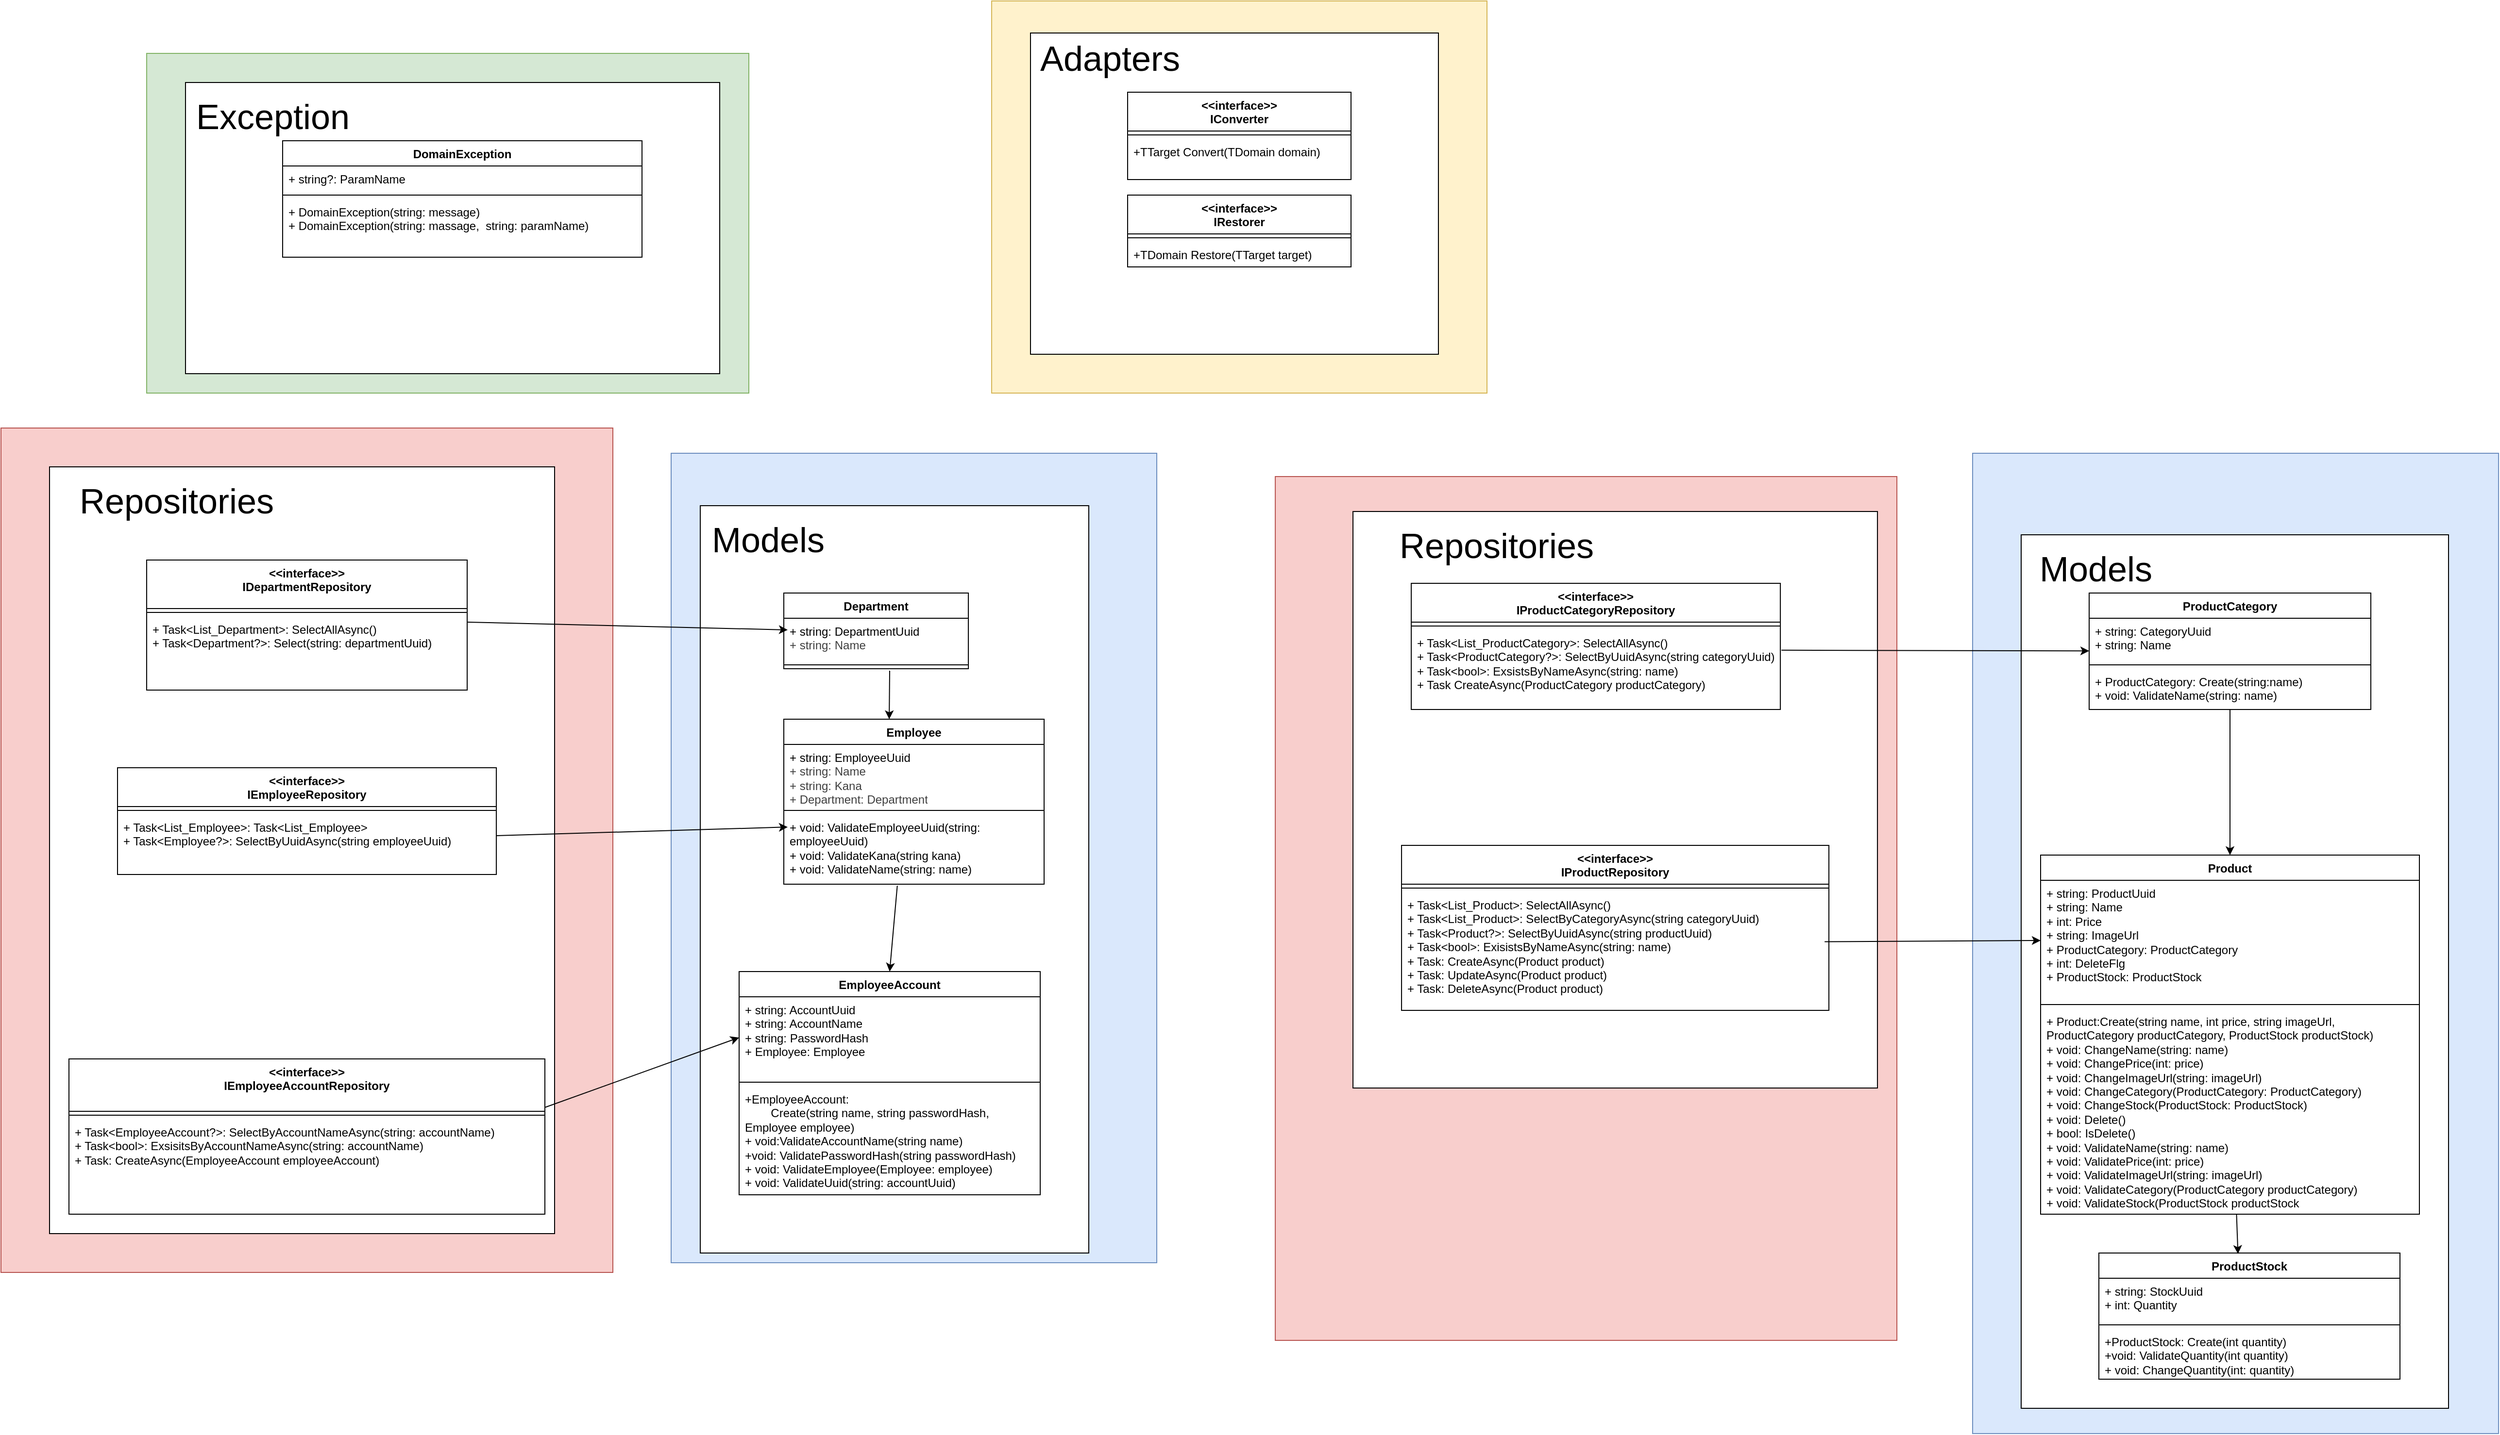
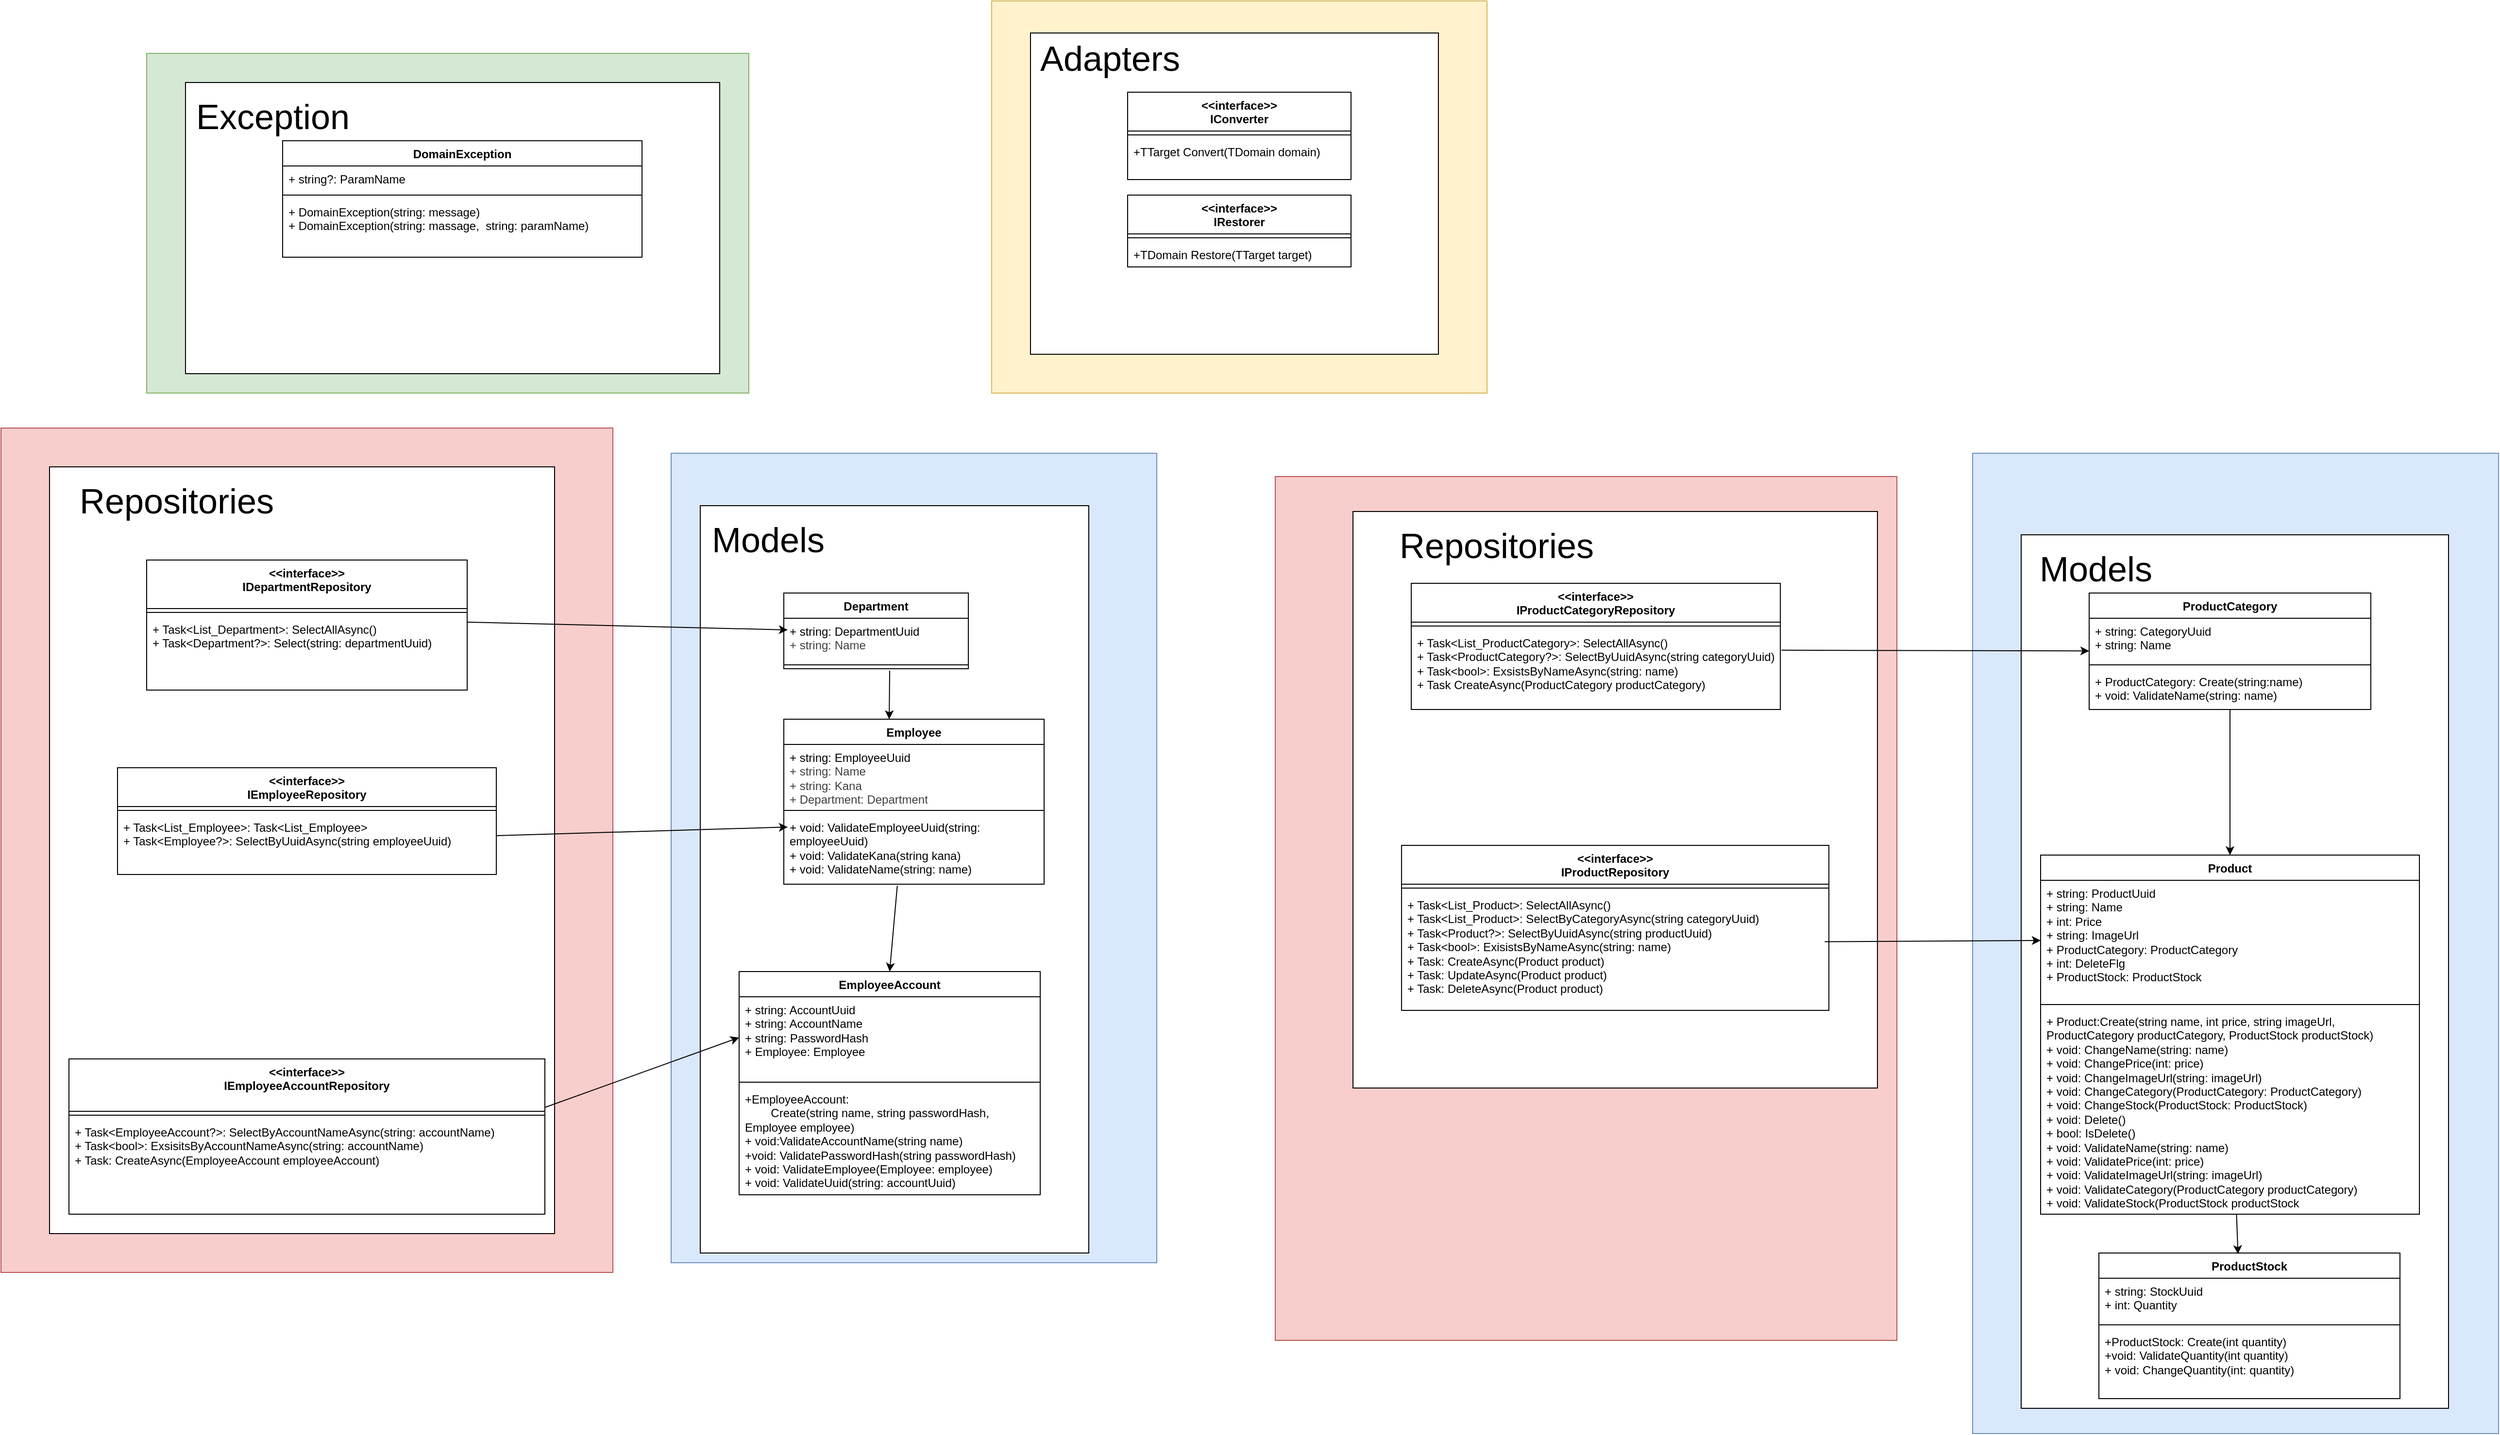
<mxfile host="65bd71144e">
    <diagram id="KKfMD3SemsG6aV6jb4rE" name="ページ1">
-         <mxGraphModel dx="4239" dy="2217" grid="1" gridSize="10" guides="1" tooltips="1" connect="1" arrows="1" fold="1" page="1" pageScale="1" pageWidth="827" pageHeight="1169" math="0" shadow="0">
+         <mxGraphModel dx="2901" dy="1791" grid="1" gridSize="10" guides="1" tooltips="1" connect="1" arrows="1" fold="1" page="1" pageScale="1" pageWidth="827" pageHeight="1169" math="0" shadow="0">
            <root>
                <mxCell id="0"/>
                <mxCell id="1" parent="0"/>
                <mxCell id="99" value="" style="rounded=0;whiteSpace=wrap;html=1;fillColor=#d5e8d4;strokeColor=#82b366;" parent="1" vertex="1">
                    <mxGeometry x="-1460" y="-826" width="620" height="350" as="geometry"/>
                </mxCell>
                <mxCell id="97" value="" style="rounded=0;whiteSpace=wrap;html=1;" parent="1" vertex="1">
                    <mxGeometry x="-1420" y="-796" width="550" height="300" as="geometry"/>
                </mxCell>
                <mxCell id="88" value="" style="rounded=0;whiteSpace=wrap;html=1;fillColor=#dae8fc;strokeColor=#6c8ebf;" parent="1" vertex="1">
                    <mxGeometry x="420" y="-414" width="541.5" height="1010" as="geometry"/>
                </mxCell>
                <mxCell id="87" value="" style="rounded=0;whiteSpace=wrap;html=1;" parent="1" vertex="1">
                    <mxGeometry x="470" y="-330" width="440" height="900" as="geometry"/>
                </mxCell>
                <mxCell id="85" value="" style="rounded=0;whiteSpace=wrap;html=1;fillColor=#dae8fc;strokeColor=#6c8ebf;" parent="1" vertex="1">
                    <mxGeometry x="-920" y="-414" width="500" height="834" as="geometry"/>
                </mxCell>
                <mxCell id="84" value="" style="rounded=0;whiteSpace=wrap;html=1;" parent="1" vertex="1">
                    <mxGeometry x="-890" y="-360" width="400" height="770" as="geometry"/>
                </mxCell>
                <mxCell id="82" value="" style="rounded=0;whiteSpace=wrap;html=1;fillColor=#f8cecc;strokeColor=#b85450;" parent="1" vertex="1">
                    <mxGeometry x="-297.97" y="-390" width="640" height="890" as="geometry"/>
                </mxCell>
                <mxCell id="80" value="" style="rounded=0;whiteSpace=wrap;html=1;" parent="1" vertex="1">
                    <mxGeometry x="-217.97" y="-354" width="540" height="594" as="geometry"/>
                </mxCell>
                <mxCell id="78" value="" style="rounded=0;whiteSpace=wrap;html=1;fillColor=#f8cecc;strokeColor=#b85450;" parent="1" vertex="1">
                    <mxGeometry x="-1610" y="-440" width="630" height="870" as="geometry"/>
                </mxCell>
                <mxCell id="77" value="" style="rounded=0;whiteSpace=wrap;html=1;" parent="1" vertex="1">
                    <mxGeometry x="-1560" y="-400" width="520" height="790" as="geometry"/>
                </mxCell>
                <mxCell id="76" value="" style="rounded=0;whiteSpace=wrap;html=1;fillColor=#fff2cc;strokeColor=#d6b656;" parent="1" vertex="1">
                    <mxGeometry x="-590" y="-880" width="510" height="404" as="geometry"/>
                </mxCell>
                <mxCell id="74" value="" style="rounded=0;whiteSpace=wrap;html=1;" parent="1" vertex="1">
                    <mxGeometry x="-550" y="-847" width="420" height="331" as="geometry"/>
                </mxCell>
                <mxCell id="10" value="EmployeeAccount" style="swimlane;fontStyle=1;align=center;verticalAlign=top;childLayout=stackLayout;horizontal=1;startSize=26;horizontalStack=0;resizeParent=1;resizeParentMax=0;resizeLast=0;collapsible=1;marginBottom=0;whiteSpace=wrap;html=1;" parent="1" vertex="1">
                    <mxGeometry x="-850" y="120" width="310" height="230" as="geometry"/>
                </mxCell>
                <mxCell id="11" value="+ string: AccountUuid&lt;div&gt;+ string: AccountName&lt;/div&gt;&lt;div&gt;+ string: PasswordHash&lt;/div&gt;&lt;div&gt;+ Employee: Employee&lt;/div&gt;" style="text;strokeColor=none;fillColor=none;align=left;verticalAlign=top;spacingLeft=4;spacingRight=4;overflow=hidden;rotatable=0;points=[[0,0.5],[1,0.5]];portConstraint=eastwest;whiteSpace=wrap;html=1;" parent="10" vertex="1">
                    <mxGeometry y="26" width="310" height="84" as="geometry"/>
                </mxCell>
                <mxCell id="12" value="" style="line;strokeWidth=1;fillColor=none;align=left;verticalAlign=middle;spacingTop=-1;spacingLeft=3;spacingRight=3;rotatable=0;labelPosition=right;points=[];portConstraint=eastwest;strokeColor=inherit;" parent="10" vertex="1">
                    <mxGeometry y="110" width="310" height="8" as="geometry"/>
                </mxCell>
                <mxCell id="13" value="&lt;div&gt;+EmployeeAccount:&amp;nbsp; &lt;br&gt;&lt;span style=&quot;white-space: pre;&quot;&gt;&#x9;&lt;/span&gt;Create(string name, string passwordHash, Employee employee)&lt;/div&gt;&lt;div&gt;+ void:ValidateAccountName(string name)&lt;/div&gt;&lt;div&gt;+void: ValidatePasswordHash(string passwordHash)&lt;/div&gt;&lt;div&gt;+ void: ValidateEmployee(Employee: employee)&lt;/div&gt;&lt;div&gt;+ void: ValidateUuid(string: accountUuid)&lt;/div&gt;" style="text;strokeColor=none;fillColor=none;align=left;verticalAlign=top;spacingLeft=4;spacingRight=4;overflow=hidden;rotatable=0;points=[[0,0.5],[1,0.5]];portConstraint=eastwest;whiteSpace=wrap;html=1;" parent="10" vertex="1">
                    <mxGeometry y="118" width="310" height="112" as="geometry"/>
                </mxCell>
                <mxCell id="14" value="ProductCategory" style="swimlane;fontStyle=1;align=center;verticalAlign=top;childLayout=stackLayout;horizontal=1;startSize=26;horizontalStack=0;resizeParent=1;resizeParentMax=0;resizeLast=0;collapsible=1;marginBottom=0;whiteSpace=wrap;html=1;" parent="1" vertex="1">
                    <mxGeometry x="540" y="-270" width="290" height="120" as="geometry"/>
                </mxCell>
                <mxCell id="15" value="+ string: CategoryUuid&lt;div&gt;+ string: Name&lt;/div&gt;" style="text;strokeColor=none;fillColor=none;align=left;verticalAlign=top;spacingLeft=4;spacingRight=4;overflow=hidden;rotatable=0;points=[[0,0.5],[1,0.5]];portConstraint=eastwest;whiteSpace=wrap;html=1;" parent="14" vertex="1">
                    <mxGeometry y="26" width="290" height="44" as="geometry"/>
                </mxCell>
                <mxCell id="16" value="" style="line;strokeWidth=1;fillColor=none;align=left;verticalAlign=middle;spacingTop=-1;spacingLeft=3;spacingRight=3;rotatable=0;labelPosition=right;points=[];portConstraint=eastwest;strokeColor=inherit;" parent="14" vertex="1">
                    <mxGeometry y="70" width="290" height="8" as="geometry"/>
                </mxCell>
                <mxCell id="17" value="&lt;div&gt;+ ProductCategory: Create(string:name)&lt;/div&gt;+ void: ValidateName(string: name)" style="text;strokeColor=none;fillColor=none;align=left;verticalAlign=top;spacingLeft=4;spacingRight=4;overflow=hidden;rotatable=0;points=[[0,0.5],[1,0.5]];portConstraint=eastwest;whiteSpace=wrap;html=1;" parent="14" vertex="1">
                    <mxGeometry y="78" width="290" height="42" as="geometry"/>
                </mxCell>
                <mxCell id="18" value="Product" style="swimlane;fontStyle=1;align=center;verticalAlign=top;childLayout=stackLayout;horizontal=1;startSize=26;horizontalStack=0;resizeParent=1;resizeParentMax=0;resizeLast=0;collapsible=1;marginBottom=0;whiteSpace=wrap;html=1;" parent="1" vertex="1">
                    <mxGeometry x="490" width="390" height="370" as="geometry"/>
                </mxCell>
                <mxCell id="19" value="+ string: ProductUuid&lt;div&gt;+ string: Name&lt;/div&gt;&lt;div&gt;+ int: Price&lt;/div&gt;&lt;div&gt;+ string: ImageUrl&lt;/div&gt;&lt;div&gt;+ ProductCategory: ProductCategory&lt;/div&gt;&lt;div&gt;+ int: DeleteFlg&lt;/div&gt;&lt;div&gt;+ ProductStock: ProductStock&lt;/div&gt;" style="text;strokeColor=none;fillColor=none;align=left;verticalAlign=top;spacingLeft=4;spacingRight=4;overflow=hidden;rotatable=0;points=[[0,0.5],[1,0.5]];portConstraint=eastwest;whiteSpace=wrap;html=1;" parent="18" vertex="1">
                    <mxGeometry y="26" width="390" height="124" as="geometry"/>
                </mxCell>
                <mxCell id="20" value="" style="line;strokeWidth=1;fillColor=none;align=left;verticalAlign=middle;spacingTop=-1;spacingLeft=3;spacingRight=3;rotatable=0;labelPosition=right;points=[];portConstraint=eastwest;strokeColor=inherit;" parent="18" vertex="1">
                    <mxGeometry y="150" width="390" height="8" as="geometry"/>
                </mxCell>
                <mxCell id="21" value="&lt;div&gt;+ Product:Create(string name, int price, string imageUrl, ProductCategory productCategory, ProductStock productStock)&lt;/div&gt;+ void: ChangeName(string: name)&lt;div&gt;+ void: ChangePrice(int: price)&lt;/div&gt;&lt;div&gt;+ void: ChangeImageUrl(string: imageUrl)&lt;/div&gt;&lt;div&gt;+ void: ChangeCategory(ProductCategory: ProductCategory)&lt;/div&gt;&lt;div&gt;+ void: ChangeStock(ProductStock: ProductStock)&lt;/div&gt;&lt;div&gt;+ void: Delete()&lt;/div&gt;&lt;div&gt;+ bool: IsDelete()&amp;nbsp;&lt;/div&gt;&lt;div&gt;+ void: ValidateName(string: name)&lt;/div&gt;&lt;div&gt;+ void: ValidatePrice(int: price)&lt;/div&gt;&lt;div&gt;+ void: ValidateImageUrl(string: imageUrl)&lt;/div&gt;&lt;div&gt;+ void: ValidateCategory(ProductCategory productCategory)&lt;/div&gt;&lt;div&gt;+ void: ValidateStock(ProductStock productStock&lt;/div&gt;" style="text;strokeColor=none;fillColor=none;align=left;verticalAlign=top;spacingLeft=4;spacingRight=4;overflow=hidden;rotatable=0;points=[[0,0.5],[1,0.5]];portConstraint=eastwest;whiteSpace=wrap;html=1;" parent="18" vertex="1">
                    <mxGeometry y="158" width="390" height="212" as="geometry"/>
                </mxCell>
                <mxCell id="22" value="ProductStock" style="swimlane;fontStyle=1;align=center;verticalAlign=top;childLayout=stackLayout;horizontal=1;startSize=26;horizontalStack=0;resizeParent=1;resizeParentMax=0;resizeLast=0;collapsible=1;marginBottom=0;whiteSpace=wrap;html=1;" parent="1" vertex="1">
-                     <mxGeometry x="550" y="410" width="310" height="130" as="geometry"/>
+                     <mxGeometry x="550" y="410" width="310" height="150" as="geometry"/>
                </mxCell>
                <mxCell id="23" value="+ string: StockUuid&lt;div&gt;+ int: Quantity&lt;/div&gt;" style="text;strokeColor=none;fillColor=none;align=left;verticalAlign=top;spacingLeft=4;spacingRight=4;overflow=hidden;rotatable=0;points=[[0,0.5],[1,0.5]];portConstraint=eastwest;whiteSpace=wrap;html=1;" parent="22" vertex="1">
                    <mxGeometry y="26" width="310" height="44" as="geometry"/>
                </mxCell>
                <mxCell id="24" value="" style="line;strokeWidth=1;fillColor=none;align=left;verticalAlign=middle;spacingTop=-1;spacingLeft=3;spacingRight=3;rotatable=0;labelPosition=right;points=[];portConstraint=eastwest;strokeColor=inherit;" parent="22" vertex="1">
                    <mxGeometry y="70" width="310" height="8" as="geometry"/>
                </mxCell>
                <mxCell id="25" value="&lt;div&gt;+ProductStock: Create(int quantity)&lt;/div&gt;&lt;div&gt;+void: ValidateQuantity(int quantity)&lt;/div&gt;+ void: ChangeQuantity(int: quantity)&lt;div&gt;&lt;br&gt;&lt;/div&gt;" style="text;strokeColor=none;fillColor=none;align=left;verticalAlign=top;spacingLeft=4;spacingRight=4;overflow=hidden;rotatable=0;points=[[0,0.5],[1,0.5]];portConstraint=eastwest;whiteSpace=wrap;html=1;" parent="22" vertex="1">
-                     <mxGeometry y="78" width="310" height="52" as="geometry"/>
+                     <mxGeometry y="78" width="310" height="72" as="geometry"/>
                </mxCell>
                <mxCell id="34" value="&amp;lt;&amp;lt;interface&amp;gt;&amp;gt;&lt;div&gt;IConverter&lt;/div&gt;" style="swimlane;fontStyle=1;align=center;verticalAlign=top;childLayout=stackLayout;horizontal=1;startSize=40;horizontalStack=0;resizeParent=1;resizeParentMax=0;resizeLast=0;collapsible=1;marginBottom=0;whiteSpace=wrap;html=1;" parent="1" vertex="1">
                    <mxGeometry x="-450" y="-786" width="230" height="90" as="geometry"/>
                </mxCell>
                <mxCell id="35" value="" style="line;strokeWidth=1;fillColor=none;align=left;verticalAlign=middle;spacingTop=-1;spacingLeft=3;spacingRight=3;rotatable=0;labelPosition=right;points=[];portConstraint=eastwest;strokeColor=inherit;" parent="34" vertex="1">
                    <mxGeometry y="40" width="230" height="8" as="geometry"/>
                </mxCell>
                <mxCell id="36" value="+TTarget Convert(TDomain domain)" style="text;strokeColor=none;fillColor=none;align=left;verticalAlign=top;spacingLeft=4;spacingRight=4;overflow=hidden;rotatable=0;points=[[0,0.5],[1,0.5]];portConstraint=eastwest;whiteSpace=wrap;html=1;" parent="34" vertex="1">
                    <mxGeometry y="48" width="230" height="42" as="geometry"/>
                </mxCell>
                <mxCell id="37" value="&amp;lt;&amp;lt;interface&amp;gt;&amp;gt;&lt;div&gt;IRestorer&lt;/div&gt;" style="swimlane;fontStyle=1;align=center;verticalAlign=top;childLayout=stackLayout;horizontal=1;startSize=40;horizontalStack=0;resizeParent=1;resizeParentMax=0;resizeLast=0;collapsible=1;marginBottom=0;whiteSpace=wrap;html=1;" parent="1" vertex="1">
                    <mxGeometry x="-450" y="-680" width="230" height="74" as="geometry"/>
                </mxCell>
                <mxCell id="38" value="" style="line;strokeWidth=1;fillColor=none;align=left;verticalAlign=middle;spacingTop=-1;spacingLeft=3;spacingRight=3;rotatable=0;labelPosition=right;points=[];portConstraint=eastwest;strokeColor=inherit;" parent="37" vertex="1">
                    <mxGeometry y="40" width="230" height="8" as="geometry"/>
                </mxCell>
                <mxCell id="39" value="+TDomain Restore(TTarget target)" style="text;strokeColor=none;fillColor=none;align=left;verticalAlign=top;spacingLeft=4;spacingRight=4;overflow=hidden;rotatable=0;points=[[0,0.5],[1,0.5]];portConstraint=eastwest;whiteSpace=wrap;html=1;" parent="37" vertex="1">
                    <mxGeometry y="48" width="230" height="26" as="geometry"/>
                </mxCell>
                <mxCell id="40" value="&amp;lt;&amp;lt;interface&amp;gt;&amp;gt;&lt;br&gt;IDepartmentRepository" style="swimlane;fontStyle=1;align=center;verticalAlign=top;childLayout=stackLayout;horizontal=1;startSize=50;horizontalStack=0;resizeParent=1;resizeParentMax=0;resizeLast=0;collapsible=1;marginBottom=0;whiteSpace=wrap;html=1;" parent="1" vertex="1">
                    <mxGeometry x="-1460" y="-304" width="330" height="134" as="geometry"/>
                </mxCell>
                <mxCell id="42" value="" style="line;strokeWidth=1;fillColor=none;align=left;verticalAlign=middle;spacingTop=-1;spacingLeft=3;spacingRight=3;rotatable=0;labelPosition=right;points=[];portConstraint=eastwest;strokeColor=inherit;" parent="40" vertex="1">
                    <mxGeometry y="50" width="330" height="8" as="geometry"/>
                </mxCell>
                <mxCell id="43" value="+ Task&amp;lt;List_Department&amp;gt;: SelectAllAsync()&lt;div&gt;+ Task&amp;lt;Department?&amp;gt;: Select(string: departmentUuid)&lt;/div&gt;" style="text;strokeColor=none;fillColor=none;align=left;verticalAlign=top;spacingLeft=4;spacingRight=4;overflow=hidden;rotatable=0;points=[[0,0.5],[1,0.5]];portConstraint=eastwest;whiteSpace=wrap;html=1;" parent="40" vertex="1">
                    <mxGeometry y="58" width="330" height="76" as="geometry"/>
                </mxCell>
                <mxCell id="45" value="&amp;lt;&amp;lt;interface&amp;gt;&amp;gt;&lt;br&gt;IEmployeeRepository" style="swimlane;fontStyle=1;align=center;verticalAlign=top;childLayout=stackLayout;horizontal=1;startSize=40;horizontalStack=0;resizeParent=1;resizeParentMax=0;resizeLast=0;collapsible=1;marginBottom=0;whiteSpace=wrap;html=1;" parent="1" vertex="1">
                    <mxGeometry x="-1490" y="-90" width="390" height="110" as="geometry"/>
                </mxCell>
                <mxCell id="47" value="" style="line;strokeWidth=1;fillColor=none;align=left;verticalAlign=middle;spacingTop=-1;spacingLeft=3;spacingRight=3;rotatable=0;labelPosition=right;points=[];portConstraint=eastwest;strokeColor=inherit;" parent="45" vertex="1">
                    <mxGeometry y="40" width="390" height="8" as="geometry"/>
                </mxCell>
                <mxCell id="48" value="&lt;span style=&quot;color: rgb(0, 0, 0);&quot;&gt;+ Task&amp;lt;List_Employee&amp;gt;: Task&amp;lt;List_Employee&amp;gt;&lt;br&gt;+ Task&amp;lt;Employee?&amp;gt;: SelectByUuidAsync(string employeeUuid)&lt;/span&gt;" style="text;strokeColor=none;fillColor=none;align=left;verticalAlign=top;spacingLeft=4;spacingRight=4;overflow=hidden;rotatable=0;points=[[0,0.5],[1,0.5]];portConstraint=eastwest;whiteSpace=wrap;html=1;" parent="45" vertex="1">
                    <mxGeometry y="48" width="390" height="62" as="geometry"/>
                </mxCell>
                <mxCell id="49" value="&amp;lt;&amp;lt;interface&amp;gt;&amp;gt;&lt;br&gt;IEmployeeAccountRepository" style="swimlane;fontStyle=1;align=center;verticalAlign=top;childLayout=stackLayout;horizontal=1;startSize=54;horizontalStack=0;resizeParent=1;resizeParentMax=0;resizeLast=0;collapsible=1;marginBottom=0;whiteSpace=wrap;html=1;" parent="1" vertex="1">
                    <mxGeometry x="-1540" y="210" width="490" height="160" as="geometry"/>
                </mxCell>
                <mxCell id="51" value="" style="line;strokeWidth=1;fillColor=none;align=left;verticalAlign=middle;spacingTop=-1;spacingLeft=3;spacingRight=3;rotatable=0;labelPosition=right;points=[];portConstraint=eastwest;strokeColor=inherit;" parent="49" vertex="1">
                    <mxGeometry y="54" width="490" height="8" as="geometry"/>
                </mxCell>
                <mxCell id="52" value="+ Task&amp;lt;EmployeeAccount?&amp;gt;: SelectByAccountNameAsync(string: accountName)&lt;div&gt;+ Task&amp;lt;bool&amp;gt;: ExsisitsByAccountNameAsync(string: accountName)&lt;/div&gt;&lt;div&gt;+ Task: CreateAsync(EmployeeAccount employeeAccount)&lt;/div&gt;" style="text;strokeColor=none;fillColor=none;align=left;verticalAlign=top;spacingLeft=4;spacingRight=4;overflow=hidden;rotatable=0;points=[[0,0.5],[1,0.5]];portConstraint=eastwest;whiteSpace=wrap;html=1;" parent="49" vertex="1">
                    <mxGeometry y="62" width="490" height="98" as="geometry"/>
                </mxCell>
                <mxCell id="53" value="&amp;lt;&amp;lt;interface&amp;gt;&amp;gt;&lt;br&gt;IProductCategoryRepository" style="swimlane;fontStyle=1;align=center;verticalAlign=top;childLayout=stackLayout;horizontal=1;startSize=40;horizontalStack=0;resizeParent=1;resizeParentMax=0;resizeLast=0;collapsible=1;marginBottom=0;whiteSpace=wrap;html=1;" parent="1" vertex="1">
                    <mxGeometry x="-157.97" y="-280" width="380" height="130" as="geometry"/>
                </mxCell>
                <mxCell id="55" value="" style="line;strokeWidth=1;fillColor=none;align=left;verticalAlign=middle;spacingTop=-1;spacingLeft=3;spacingRight=3;rotatable=0;labelPosition=right;points=[];portConstraint=eastwest;strokeColor=inherit;" parent="53" vertex="1">
                    <mxGeometry y="40" width="380" height="8" as="geometry"/>
                </mxCell>
                <mxCell id="56" value="+ Task&amp;lt;List_ProductCategory&amp;gt;: SelectAllAsync()&lt;div&gt;+ Task&amp;lt;ProductCategory?&amp;gt;: SelectByUuidAsync(string categoryUuid)&lt;/div&gt;&lt;div&gt;+ Task&amp;lt;bool&amp;gt;: ExsistsByNameAsync(string: name)&lt;/div&gt;&lt;div&gt;+ Task CreateAsync(ProductCategory productCategory)&lt;/div&gt;" style="text;strokeColor=none;fillColor=none;align=left;verticalAlign=top;spacingLeft=4;spacingRight=4;overflow=hidden;rotatable=0;points=[[0,0.5],[1,0.5]];portConstraint=eastwest;whiteSpace=wrap;html=1;" parent="53" vertex="1">
                    <mxGeometry y="48" width="380" height="82" as="geometry"/>
                </mxCell>
                <mxCell id="58" value="&amp;lt;&amp;lt;interface&amp;gt;&amp;gt;&lt;div&gt;IProductRepository&lt;/div&gt;" style="swimlane;fontStyle=1;align=center;verticalAlign=top;childLayout=stackLayout;horizontal=1;startSize=40;horizontalStack=0;resizeParent=1;resizeParentMax=0;resizeLast=0;collapsible=1;marginBottom=0;whiteSpace=wrap;html=1;" parent="1" vertex="1">
                    <mxGeometry x="-167.97" y="-10" width="440" height="170" as="geometry"/>
                </mxCell>
                <mxCell id="60" value="" style="line;strokeWidth=1;fillColor=none;align=left;verticalAlign=middle;spacingTop=-1;spacingLeft=3;spacingRight=3;rotatable=0;labelPosition=right;points=[];portConstraint=eastwest;strokeColor=inherit;" parent="58" vertex="1">
                    <mxGeometry y="40" width="440" height="8" as="geometry"/>
                </mxCell>
                <mxCell id="61" value="+ Task&amp;lt;List_Product&amp;gt;: SelectAllAsync()&lt;div&gt;+ Task&amp;lt;List_Product&amp;gt;: SelectByCategoryAsync(string categoryUuid)&lt;/div&gt;&lt;div&gt;+ Task&amp;lt;Product?&amp;gt;: SelectByUuidAsync(string productUuid)&lt;/div&gt;&lt;div&gt;+ Task&amp;lt;bool&amp;gt;: ExisistsByNameAsync(string: name)&lt;/div&gt;&lt;div&gt;+ Task: CreateAsync(Product product)&lt;/div&gt;&lt;div&gt;+ Task: UpdateAsync(Product product)&lt;/div&gt;&lt;div&gt;+ Task: DeleteAsync(Product product)&lt;/div&gt;" style="text;strokeColor=none;fillColor=none;align=left;verticalAlign=top;spacingLeft=4;spacingRight=4;overflow=hidden;rotatable=0;points=[[0,0.5],[1,0.5]];portConstraint=eastwest;whiteSpace=wrap;html=1;" parent="58" vertex="1">
                    <mxGeometry y="48" width="440" height="122" as="geometry"/>
                </mxCell>
                <mxCell id="65" value="" style="endArrow=classic;html=1;" parent="1" edge="1">
                    <mxGeometry width="50" height="50" relative="1" as="geometry">
                        <mxPoint x="-695" y="-190" as="sourcePoint"/>
                        <mxPoint x="-695.45" y="-140" as="targetPoint"/>
                    </mxGeometry>
                </mxCell>
                <mxCell id="67" value="" style="endArrow=classic;html=1;entryX=0;entryY=0.5;entryDx=0;entryDy=0;" parent="1" edge="1">
                    <mxGeometry width="50" height="50" relative="1" as="geometry">
                        <mxPoint x="-1130" y="-240" as="sourcePoint"/>
                        <mxPoint x="-800" y="-232" as="targetPoint"/>
                    </mxGeometry>
                </mxCell>
                <mxCell id="68" value="" style="endArrow=classic;html=1;" parent="1" edge="1">
                    <mxGeometry width="50" height="50" relative="1" as="geometry">
                        <mxPoint x="-1100" y="-20" as="sourcePoint"/>
                        <mxPoint x="-800" y="-28.888888888888687" as="targetPoint"/>
                    </mxGeometry>
                </mxCell>
                <mxCell id="69" value="" style="endArrow=classic;html=1;entryX=0;entryY=0.5;entryDx=0;entryDy=0;" parent="1" target="11" edge="1">
                    <mxGeometry width="50" height="50" relative="1" as="geometry">
                        <mxPoint x="-1050" y="260" as="sourcePoint"/>
                        <mxPoint x="-953" y="258" as="targetPoint"/>
                    </mxGeometry>
                </mxCell>
                <mxCell id="72" value="" style="endArrow=classic;html=1;exitX=1.003;exitY=0.255;exitDx=0;exitDy=0;exitPerimeter=0;" parent="1" source="56" target="14" edge="1">
                    <mxGeometry width="50" height="50" relative="1" as="geometry">
                        <mxPoint x="282.03" y="-210" as="sourcePoint"/>
                        <mxPoint x="490.0000000000002" y="-208.67999999999984" as="targetPoint"/>
                    </mxGeometry>
                </mxCell>
                <mxCell id="73" value="" style="endArrow=classic;html=1;entryX=0;entryY=0.5;entryDx=0;entryDy=0;exitX=0.99;exitY=0.42;exitDx=0;exitDy=0;exitPerimeter=0;" parent="1" source="61" target="19" edge="1">
                    <mxGeometry width="50" height="50" relative="1" as="geometry">
                        <mxPoint x="282.03" y="90" as="sourcePoint"/>
                        <mxPoint x="412.03" y="88" as="targetPoint"/>
                    </mxGeometry>
                </mxCell>
                <mxCell id="75" value="&lt;font style=&quot;font-size: 36px;&quot;&gt;Adapters&lt;/font&gt;" style="text;html=1;align=center;verticalAlign=middle;whiteSpace=wrap;rounded=0;" parent="1" vertex="1">
                    <mxGeometry x="-498" y="-836" width="60" height="30" as="geometry"/>
                </mxCell>
                <mxCell id="79" value="&lt;font style=&quot;font-size: 36px;&quot;&gt;Repositories&lt;/font&gt;" style="text;html=1;align=center;verticalAlign=middle;whiteSpace=wrap;rounded=0;" parent="1" vertex="1">
                    <mxGeometry x="-1459" y="-380" width="60" height="30" as="geometry"/>
                </mxCell>
                <mxCell id="81" value="&lt;font style=&quot;font-size: 36px;&quot;&gt;Repositories&lt;/font&gt;" style="text;html=1;align=center;verticalAlign=middle;whiteSpace=wrap;rounded=0;" parent="1" vertex="1">
                    <mxGeometry x="-100" y="-334" width="60" height="30" as="geometry"/>
                </mxCell>
                <mxCell id="86" value="&lt;span style=&quot;font-size: 36px;&quot;&gt;Models&lt;/span&gt;" style="text;html=1;align=center;verticalAlign=middle;whiteSpace=wrap;rounded=0;" parent="1" vertex="1">
                    <mxGeometry x="-850" y="-340" width="60" height="30" as="geometry"/>
                </mxCell>
                <mxCell id="90" value="&lt;span style=&quot;font-size: 36px;&quot;&gt;Models&lt;/span&gt;" style="text;html=1;align=center;verticalAlign=middle;whiteSpace=wrap;rounded=0;" parent="1" vertex="1">
                    <mxGeometry x="517" y="-310" width="60" height="30" as="geometry"/>
                </mxCell>
                <mxCell id="93" value="DomainException" style="swimlane;fontStyle=1;align=center;verticalAlign=top;childLayout=stackLayout;horizontal=1;startSize=26;horizontalStack=0;resizeParent=1;resizeParentMax=0;resizeLast=0;collapsible=1;marginBottom=0;whiteSpace=wrap;html=1;" parent="1" vertex="1">
                    <mxGeometry x="-1320" y="-736" width="370" height="120" as="geometry"/>
                </mxCell>
                <mxCell id="94" value="+ string?: ParamName" style="text;strokeColor=none;fillColor=none;align=left;verticalAlign=top;spacingLeft=4;spacingRight=4;overflow=hidden;rotatable=0;points=[[0,0.5],[1,0.5]];portConstraint=eastwest;whiteSpace=wrap;html=1;" parent="93" vertex="1">
                    <mxGeometry y="26" width="370" height="26" as="geometry"/>
                </mxCell>
                <mxCell id="95" value="" style="line;strokeWidth=1;fillColor=none;align=left;verticalAlign=middle;spacingTop=-1;spacingLeft=3;spacingRight=3;rotatable=0;labelPosition=right;points=[];portConstraint=eastwest;strokeColor=inherit;" parent="93" vertex="1">
                    <mxGeometry y="52" width="370" height="8" as="geometry"/>
                </mxCell>
                <mxCell id="96" value="+ DomainException(string: message)&lt;div&gt;+ DomainException(string: massage,&amp;nbsp; string: paramName)&lt;/div&gt;" style="text;strokeColor=none;fillColor=none;align=left;verticalAlign=top;spacingLeft=4;spacingRight=4;overflow=hidden;rotatable=0;points=[[0,0.5],[1,0.5]];portConstraint=eastwest;whiteSpace=wrap;html=1;" parent="93" vertex="1">
                    <mxGeometry y="60" width="370" height="60" as="geometry"/>
                </mxCell>
                <mxCell id="98" value="&lt;font style=&quot;font-size: 36px;&quot;&gt;Exception&lt;/font&gt;" style="text;html=1;align=center;verticalAlign=middle;whiteSpace=wrap;rounded=0;" parent="1" vertex="1">
                    <mxGeometry x="-1360" y="-776" width="60" height="30" as="geometry"/>
                </mxCell>
                <mxCell id="70" value="" style="endArrow=classic;html=1;" parent="1" source="14" target="18" edge="1">
                    <mxGeometry width="50" height="50" relative="1" as="geometry">
                        <mxPoint x="645.75" y="-140" as="sourcePoint"/>
                        <mxPoint x="695.75" y="-190" as="targetPoint"/>
                    </mxGeometry>
                </mxCell>
                <mxCell id="71" value="" style="endArrow=classic;html=1;entryX=0.462;entryY=0.007;entryDx=0;entryDy=0;entryPerimeter=0;" parent="1" source="18" target="22" edge="1">
                    <mxGeometry width="50" height="50" relative="1" as="geometry">
                        <mxPoint x="660" y="280" as="sourcePoint"/>
                        <mxPoint x="710" y="230" as="targetPoint"/>
                    </mxGeometry>
                </mxCell>
                <mxCell id="66" value="" style="endArrow=classic;html=1;entryX=0.5;entryY=0;entryDx=0;entryDy=0;exitX=0.436;exitY=1.022;exitDx=0;exitDy=0;exitPerimeter=0;" parent="1" source="104" target="10" edge="1">
                    <mxGeometry width="50" height="50" relative="1" as="geometry">
                        <mxPoint x="-695" y="-24" as="sourcePoint"/>
                        <mxPoint x="-647" y="20" as="targetPoint"/>
                    </mxGeometry>
                </mxCell>
-                 <mxCell id="101" value="Employee" style="swimlane;fontStyle=1;align=center;verticalAlign=top;childLayout=stackLayout;horizontal=1;startSize=26;horizontalStack=0;resizeParent=1;resizeParentMax=0;resizeLast=0;collapsible=1;marginBottom=0;whiteSpace=wrap;html=1;" vertex="1" parent="1">
+                 <mxCell id="101" value="Employee" style="swimlane;fontStyle=1;align=center;verticalAlign=top;childLayout=stackLayout;horizontal=1;startSize=26;horizontalStack=0;resizeParent=1;resizeParentMax=0;resizeLast=0;collapsible=1;marginBottom=0;whiteSpace=wrap;html=1;" parent="1" vertex="1">
                    <mxGeometry x="-804" y="-140" width="268" height="170" as="geometry"/>
                </mxCell>
-                 <mxCell id="102" value="&lt;span style=&quot;scrollbar-color: rgb(226, 226, 226) rgb(251, 251, 251); color: rgb(0, 0, 0);&quot;&gt;+ string: EmployeeUuid&lt;/span&gt;&lt;div style=&quot;scrollbar-color: rgb(226, 226, 226) rgb(251, 251, 251); color: rgb(63, 63, 63);&quot;&gt;+ string: Name&lt;/div&gt;&lt;div style=&quot;scrollbar-color: rgb(226, 226, 226) rgb(251, 251, 251); color: rgb(63, 63, 63);&quot;&gt;+ string: Kana&lt;/div&gt;&lt;div style=&quot;scrollbar-color: rgb(226, 226, 226) rgb(251, 251, 251); color: rgb(63, 63, 63);&quot;&gt;+ Department: Department&lt;/div&gt;" style="text;strokeColor=none;fillColor=none;align=left;verticalAlign=top;spacingLeft=4;spacingRight=4;overflow=hidden;rotatable=0;points=[[0,0.5],[1,0.5]];portConstraint=eastwest;whiteSpace=wrap;html=1;" vertex="1" parent="101">
+                 <mxCell id="102" value="&lt;span style=&quot;scrollbar-color: rgb(226, 226, 226) rgb(251, 251, 251); color: rgb(0, 0, 0);&quot;&gt;+ string: EmployeeUuid&lt;/span&gt;&lt;div style=&quot;scrollbar-color: rgb(226, 226, 226) rgb(251, 251, 251); color: rgb(63, 63, 63);&quot;&gt;+ string: Name&lt;/div&gt;&lt;div style=&quot;scrollbar-color: rgb(226, 226, 226) rgb(251, 251, 251); color: rgb(63, 63, 63);&quot;&gt;+ string: Kana&lt;/div&gt;&lt;div style=&quot;scrollbar-color: rgb(226, 226, 226) rgb(251, 251, 251); color: rgb(63, 63, 63);&quot;&gt;+ Department: Department&lt;/div&gt;" style="text;strokeColor=none;fillColor=none;align=left;verticalAlign=top;spacingLeft=4;spacingRight=4;overflow=hidden;rotatable=0;points=[[0,0.5],[1,0.5]];portConstraint=eastwest;whiteSpace=wrap;html=1;" parent="101" vertex="1">
                    <mxGeometry y="26" width="268" height="64" as="geometry"/>
                </mxCell>
-                 <mxCell id="103" value="" style="line;strokeWidth=1;fillColor=none;align=left;verticalAlign=middle;spacingTop=-1;spacingLeft=3;spacingRight=3;rotatable=0;labelPosition=right;points=[];portConstraint=eastwest;strokeColor=inherit;" vertex="1" parent="101">
+                 <mxCell id="103" value="" style="line;strokeWidth=1;fillColor=none;align=left;verticalAlign=middle;spacingTop=-1;spacingLeft=3;spacingRight=3;rotatable=0;labelPosition=right;points=[];portConstraint=eastwest;strokeColor=inherit;" parent="101" vertex="1">
                    <mxGeometry y="90" width="268" height="8" as="geometry"/>
                </mxCell>
-                 <mxCell id="104" value="+ void: ValidateEmployeeUuid(string: employeeUuid)&lt;div&gt;+ void: ValidateKana(string kana)&lt;/div&gt;&lt;div&gt;+ void: ValidateName(string: name)&lt;/div&gt;&lt;div&gt;&lt;br&gt;&lt;/div&gt;" style="text;strokeColor=none;fillColor=none;align=left;verticalAlign=top;spacingLeft=4;spacingRight=4;overflow=hidden;rotatable=0;points=[[0,0.5],[1,0.5]];portConstraint=eastwest;whiteSpace=wrap;html=1;" vertex="1" parent="101">
+                 <mxCell id="104" value="+ void: ValidateEmployeeUuid(string: employeeUuid)&lt;div&gt;+ void: ValidateKana(string kana)&lt;/div&gt;&lt;div&gt;+ void: ValidateName(string: name)&lt;/div&gt;&lt;div&gt;&lt;br&gt;&lt;/div&gt;" style="text;strokeColor=none;fillColor=none;align=left;verticalAlign=top;spacingLeft=4;spacingRight=4;overflow=hidden;rotatable=0;points=[[0,0.5],[1,0.5]];portConstraint=eastwest;whiteSpace=wrap;html=1;" parent="101" vertex="1">
                    <mxGeometry y="98" width="268" height="72" as="geometry"/>
                </mxCell>
-                 <mxCell id="105" value="Department" style="swimlane;fontStyle=1;align=center;verticalAlign=top;childLayout=stackLayout;horizontal=1;startSize=26;horizontalStack=0;resizeParent=1;resizeParentMax=0;resizeLast=0;collapsible=1;marginBottom=0;whiteSpace=wrap;html=1;" vertex="1" parent="1">
+                 <mxCell id="105" value="Department" style="swimlane;fontStyle=1;align=center;verticalAlign=top;childLayout=stackLayout;horizontal=1;startSize=26;horizontalStack=0;resizeParent=1;resizeParentMax=0;resizeLast=0;collapsible=1;marginBottom=0;whiteSpace=wrap;html=1;" parent="1" vertex="1">
                    <mxGeometry x="-804" y="-270" width="190" height="78" as="geometry"/>
                </mxCell>
-                 <mxCell id="106" value="&lt;span style=&quot;scrollbar-color: rgb(226, 226, 226) rgb(251, 251, 251); color: rgb(0, 0, 0);&quot;&gt;+ string: DepartmentUuid&lt;/span&gt;&lt;div style=&quot;scrollbar-color: rgb(226, 226, 226) rgb(251, 251, 251); color: rgb(63, 63, 63);&quot;&gt;+ string: Name&amp;nbsp;&lt;/div&gt;" style="text;strokeColor=none;fillColor=none;align=left;verticalAlign=top;spacingLeft=4;spacingRight=4;overflow=hidden;rotatable=0;points=[[0,0.5],[1,0.5]];portConstraint=eastwest;whiteSpace=wrap;html=1;" vertex="1" parent="105">
+                 <mxCell id="106" value="&lt;span style=&quot;scrollbar-color: rgb(226, 226, 226) rgb(251, 251, 251); color: rgb(0, 0, 0);&quot;&gt;+ string: DepartmentUuid&lt;/span&gt;&lt;div style=&quot;scrollbar-color: rgb(226, 226, 226) rgb(251, 251, 251); color: rgb(63, 63, 63);&quot;&gt;+ string: Name&amp;nbsp;&lt;/div&gt;" style="text;strokeColor=none;fillColor=none;align=left;verticalAlign=top;spacingLeft=4;spacingRight=4;overflow=hidden;rotatable=0;points=[[0,0.5],[1,0.5]];portConstraint=eastwest;whiteSpace=wrap;html=1;" parent="105" vertex="1">
                    <mxGeometry y="26" width="190" height="44" as="geometry"/>
                </mxCell>
-                 <mxCell id="107" value="" style="line;strokeWidth=1;fillColor=none;align=left;verticalAlign=middle;spacingTop=-1;spacingLeft=3;spacingRight=3;rotatable=0;labelPosition=right;points=[];portConstraint=eastwest;strokeColor=inherit;" vertex="1" parent="105">
+                 <mxCell id="107" value="" style="line;strokeWidth=1;fillColor=none;align=left;verticalAlign=middle;spacingTop=-1;spacingLeft=3;spacingRight=3;rotatable=0;labelPosition=right;points=[];portConstraint=eastwest;strokeColor=inherit;" parent="105" vertex="1">
                    <mxGeometry y="70" width="190" height="8" as="geometry"/>
                </mxCell>
            </root>
        </mxGraphModel>
    </diagram>
</mxfile>